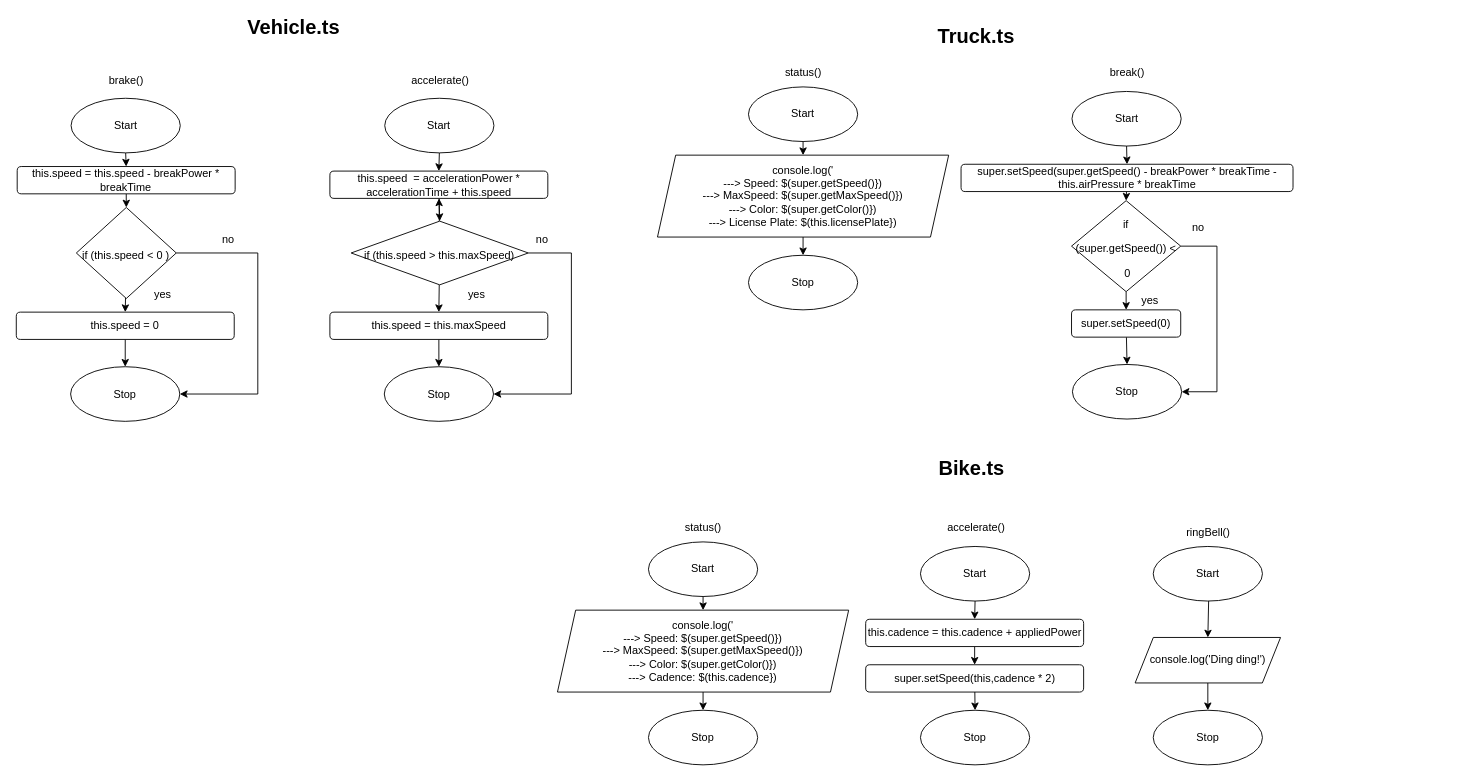
Above: Drawio/Flowchart1.drawio in JacksonNaufal/ics4u-unit3-01-typescript (draw.io), before the change. Source tidied: cells renumbered, new cells numbered last; positions are measured from the earlier drawing's top-left corner, leaving out a move shared by most shapes. Both pictures are drawn from the tidied source at 91%, with x=0, y=0 at pixel (15, 18).
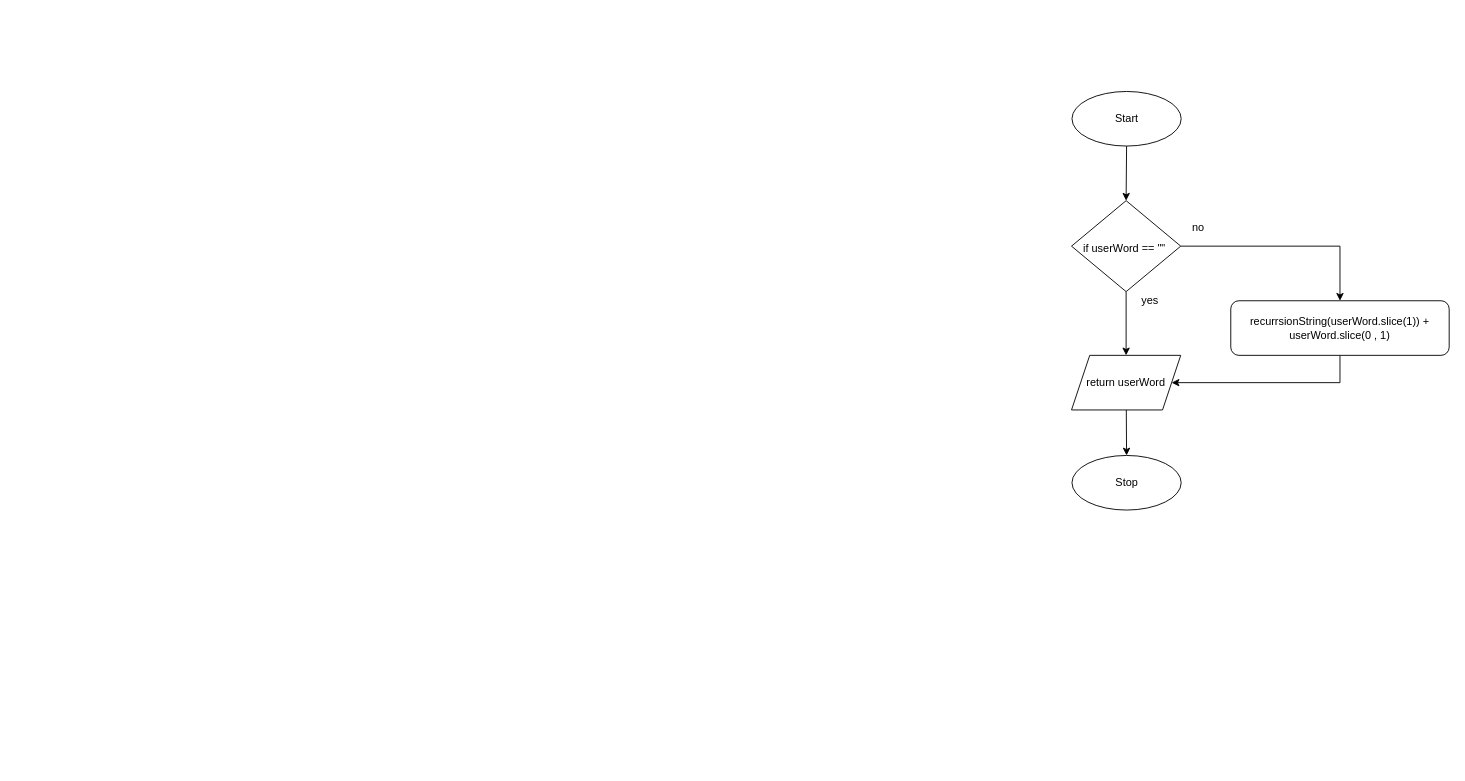
Above is the later version.

Unchanged cells that the change refers to:
```xml
<mxCell id="25" value="Start" style="ellipse;whiteSpace=wrap;html=1;" parent="1" vertex="1">
  <mxGeometry x="1160.5" y="80" width="120" height="60" as="geometry" />
</mxCell>
```

Change to the diagram source:
```diff
@@
-    <mxCell id="2" style="edgeStyle=none;html=1;entryX=0.5;entryY=0;entryDx=0;entryDy=0;" parent="1" edge="1" source="3" target="7">
-      <mxGeometry relative="1" as="geometry" />
-    </mxCell>
-    <mxCell id="3" value="Start" style="ellipse;whiteSpace=wrap;html=1;" parent="1" vertex="1">
-      <mxGeometry x="994" y="580" width="120" height="60" as="geometry" />
-    </mxCell>
-    <mxCell id="4" value="Stop" style="ellipse;whiteSpace=wrap;html=1;" parent="1" vertex="1">
-      <mxGeometry x="994" y="760" width="120" height="60" as="geometry" />
-    </mxCell>
-    <mxCell id="5" value="accelerate()" style="text;html=1;align=center;verticalAlign=middle;strokeColor=none;fillColor=none;" parent="1" vertex="1">
-      <mxGeometry x="1014.5" y="550" width="80" height="20" as="geometry" />
-    </mxCell>
-    <mxCell id="6" style="edgeStyle=none;html=1;entryX=0.5;entryY=0;entryDx=0;entryDy=0;" parent="1" edge="1" source="7" target="10">
-      <mxGeometry relative="1" as="geometry" />
-    </mxCell>
-    <mxCell id="7" value="this.cadence = this.cadence + appliedPower" style="rounded=1;whiteSpace=wrap;html=1;" parent="1" vertex="1">
-      <mxGeometry x="933.8" y="660" width="239.5" height="30" as="geometry" />
-    </mxCell>
-    <mxCell id="8" value="&lt;font style=&quot;font-size: 22px&quot;&gt;&lt;b&gt;Bike.ts&lt;/b&gt;&lt;/font&gt;" style="text;html=1;align=center;verticalAlign=middle;strokeColor=none;fillColor=none;" parent="1" vertex="1">
-      <mxGeometry x="1004.5" y="485" width="90" height="20" as="geometry" />
-    </mxCell>
-    <mxCell id="9" style="edgeStyle=none;html=1;entryX=0.5;entryY=0;entryDx=0;entryDy=0;" parent="1" edge="1" source="10" target="4">
-      <mxGeometry relative="1" as="geometry" />
-    </mxCell>
-    <mxCell id="10" value="super.setSpeed(this,cadence * 2)" style="rounded=1;whiteSpace=wrap;html=1;" parent="1" vertex="1">
-      <mxGeometry x="933.8" y="710" width="239.5" height="30" as="geometry" />
-    </mxCell>
-    <mxCell id="11" style="edgeStyle=none;html=1;entryX=0.5;entryY=0;entryDx=0;entryDy=0;" parent="1" edge="1" source="12" target="16">
-      <mxGeometry relative="1" as="geometry" />
-    </mxCell>
-    <mxCell id="12" value="Start" style="ellipse;whiteSpace=wrap;html=1;" parent="1" vertex="1">
-      <mxGeometry x="1249.8" y="580" width="120" height="60" as="geometry" />
-    </mxCell>
-    <mxCell id="13" value="Stop" style="ellipse;whiteSpace=wrap;html=1;" parent="1" vertex="1">
-      <mxGeometry x="1249.8" y="760" width="120" height="60" as="geometry" />
-    </mxCell>
-    <mxCell id="14" value="ringBell()" style="text;html=1;align=center;verticalAlign=middle;strokeColor=none;fillColor=none;" parent="1" vertex="1">
-      <mxGeometry x="1279.8" y="555" width="60" height="20" as="geometry" />
-    </mxCell>
-    <mxCell id="15" style="edgeStyle=none;html=1;entryX=0.5;entryY=0;entryDx=0;entryDy=0;" parent="1" edge="1" source="16" target="13">
-      <mxGeometry relative="1" as="geometry" />
-    </mxCell>
-    <mxCell id="16" value="console.log('Ding ding!')" style="shape=parallelogram;perimeter=parallelogramPerimeter;whiteSpace=wrap;html=1;fixedSize=1;" parent="1" vertex="1">
-      <mxGeometry x="1229.9" y="680" width="159.8" height="50" as="geometry" />
-    </mxCell>
-    <mxCell id="17" style="edgeStyle=none;html=1;entryX=0.5;entryY=0;entryDx=0;entryDy=0;" parent="1" edge="1" source="18" target="22">
-      <mxGeometry relative="1" as="geometry" />
-    </mxCell>
-    <mxCell id="18" value="Start" style="ellipse;whiteSpace=wrap;html=1;" parent="1" vertex="1">
-      <mxGeometry x="695.1" y="575" width="120" height="60" as="geometry" />
-    </mxCell>
-    <mxCell id="19" value="Stop" style="ellipse;whiteSpace=wrap;html=1;" parent="1" vertex="1">
-      <mxGeometry x="695.1" y="760" width="120" height="60" as="geometry" />
-    </mxCell>
-    <mxCell id="20" value="status()" style="text;html=1;align=center;verticalAlign=middle;strokeColor=none;fillColor=none;" parent="1" vertex="1">
-      <mxGeometry x="725.1" y="550" width="60" height="20" as="geometry" />
-    </mxCell>
-    <mxCell id="21" style="edgeStyle=none;html=1;entryX=0.5;entryY=0;entryDx=0;entryDy=0;" parent="1" edge="1" source="22" target="19">
-      <mxGeometry relative="1" as="geometry" />
-    </mxCell>
-    <mxCell id="22" value="console.log('&lt;br&gt;---&amp;gt; Speed: $(super.getSpeed()})&lt;br&gt;---&amp;gt; MaxSpeed: $(super.getMaxSpeed()})&lt;br&gt;---&amp;gt; Color: $(super.getColor()})&lt;br&gt;---&amp;gt; Cadence: $(this.cadence})" style="shape=parallelogram;perimeter=parallelogramPerimeter;whiteSpace=wrap;html=1;fixedSize=1;" parent="1" vertex="1">
-      <mxGeometry x="595.1" y="650" width="320" height="90" as="geometry" />
-    </mxCell>
-    <mxCell id="23" value="&lt;font style=&quot;font-size: 22px&quot;&gt;&lt;b&gt;Truck.ts&lt;/b&gt;&lt;/font&gt;" style="text;html=1;align=center;verticalAlign=middle;strokeColor=none;fillColor=none;" parent="1" vertex="1">
-      <mxGeometry x="1004.5" y="10" width="100" height="20" as="geometry" />
-    </mxCell>
-    <mxCell id="24" style="edgeStyle=none;html=1;entryX=0.5;entryY=0;entryDx=0;entryDy=0;" parent="1" edge="1" source="25" target="29">
-      <mxGeometry relative="1" as="geometry" />
-    </mxCell>
+    <mxCell id="70" style="edgeStyle=none;html=1;entryX=0.5;entryY=0;entryDx=0;entryDy=0;" parent="1" edge="1" source="25" target="38">
+      <mxGeometry relative="1" as="geometry" />
+    </mxCell>
@@
     <mxCell id="26" value="Stop" style="ellipse;whiteSpace=wrap;html=1;" parent="1" vertex="1">
-      <mxGeometry x="1161" y="380" width="120" height="60" as="geometry" />
+      <mxGeometry x="1160.5" y="480" width="120" height="60" as="geometry" />
     </mxCell>
-    <mxCell id="27" value="break()" style="text;html=1;align=center;verticalAlign=middle;strokeColor=none;fillColor=none;" parent="1" vertex="1">
-      <mxGeometry x="1196" y="50" width="50" height="20" as="geometry" />
-    </mxCell>
-    <mxCell id="28" style="edgeStyle=none;html=1;entryX=0.5;entryY=0;entryDx=0;entryDy=0;fontSize=12;" parent="1" edge="1" source="29" target="38">
-      <mxGeometry relative="1" as="geometry" />
-    </mxCell>
-    <mxCell id="29" value="super.setSpeed(super.getSpeed() - breakPower * breakTime - this.airPressure * breakTime" style="rounded=1;whiteSpace=wrap;html=1;" parent="1" vertex="1">
-      <mxGeometry x="1038.6" y="160" width="364.8" height="30" as="geometry" />
-    </mxCell>
-    <mxCell id="30" style="edgeStyle=none;html=1;entryX=0.5;entryY=0;entryDx=0;entryDy=0;" parent="1" edge="1" source="31" target="35">
-      <mxGeometry relative="1" as="geometry" />
-    </mxCell>
-    <mxCell id="31" value="Start" style="ellipse;whiteSpace=wrap;html=1;" parent="1" vertex="1">
-      <mxGeometry x="805" y="75" width="120" height="60" as="geometry" />
-    </mxCell>
-    <mxCell id="32" value="Stop" style="ellipse;whiteSpace=wrap;html=1;" parent="1" vertex="1">
-      <mxGeometry x="805" y="260" width="120" height="60" as="geometry" />
-    </mxCell>
-    <mxCell id="33" value="status()" style="text;html=1;align=center;verticalAlign=middle;strokeColor=none;fillColor=none;" parent="1" vertex="1">
-      <mxGeometry x="835" y="50" width="60" height="20" as="geometry" />
-    </mxCell>
-    <mxCell id="34" style="edgeStyle=none;html=1;entryX=0.5;entryY=0;entryDx=0;entryDy=0;" parent="1" edge="1" source="35" target="32">
-      <mxGeometry relative="1" as="geometry" />
-    </mxCell>
-    <mxCell id="35" value="console.log('&lt;br&gt;---&amp;gt; Speed: $(super.getSpeed()})&lt;br&gt;---&amp;gt; MaxSpeed: $(super.getMaxSpeed()})&lt;br&gt;---&amp;gt; Color: $(super.getColor()})&lt;br&gt;---&amp;gt; License Plate: $(this.licensePlate})" style="shape=parallelogram;perimeter=parallelogramPerimeter;whiteSpace=wrap;html=1;fixedSize=1;" parent="1" vertex="1">
-      <mxGeometry x="705" y="150" width="320" height="90" as="geometry" />
-    </mxCell>
-    <mxCell id="36" style="edgeStyle=none;html=1;entryX=0.5;entryY=0;entryDx=0;entryDy=0;fontSize=12;" parent="1" edge="1" source="38" target="42">
+    <mxCell id="36" style="edgeStyle=none;html=1;entryX=0.5;entryY=0;entryDx=0;entryDy=0;fontSize=12;" parent="1" edge="1" source="38" target="73">
       <mxGeometry relative="1" as="geometry" />
     </mxCell>
-    <mxCell id="37" style="edgeStyle=none;html=1;entryX=1;entryY=0.5;entryDx=0;entryDy=0;fontSize=12;rounded=0;" parent="1" edge="1" source="38" target="26">
-      <mxGeometry relative="1" as="geometry">
-        <Array as="points">
-          <mxPoint x="1319.8" y="250" />
-          <mxPoint x="1319.8" y="410" />
-        </Array>
-      </mxGeometry>
-    </mxCell>
+    <mxCell id="71" style="edgeStyle=none;html=1;entryX=0.5;entryY=0;entryDx=0;entryDy=0;rounded=0;" parent="1" edge="1" source="38" target="75">
+      <mxGeometry relative="1" as="geometry">
+        <Array as="points">
+          <mxPoint x="1455" y="250" />
+        </Array>
+      </mxGeometry>
+    </mxCell>
-    <mxCell id="38" value="&lt;font style=&quot;font-size: 12px&quot;&gt;if &lt;br&gt;(super.getSpeed()) &amp;lt;&lt;br&gt;&amp;nbsp;0&lt;/font&gt;" style="rhombus;whiteSpace=wrap;html=1;fontSize=22;" parent="1" vertex="1">
+    <mxCell id="38" value="&lt;font style=&quot;font-size: 12px&quot;&gt;if userWord == &quot;&quot;&amp;nbsp;&lt;/font&gt;" style="rhombus;whiteSpace=wrap;html=1;fontSize=22;" parent="1" vertex="1">
       <mxGeometry x="1160" y="200" width="120" height="100" as="geometry" />
     </mxCell>
@@
-    <mxCell id="41" style="edgeStyle=none;html=1;entryX=0.5;entryY=0;entryDx=0;entryDy=0;fontSize=12;" parent="1" edge="1" source="42" target="26">
-      <mxGeometry relative="1" as="geometry" />
-    </mxCell>
-    <mxCell id="42" value="super.setSpeed(0)" style="rounded=1;whiteSpace=wrap;html=1;fontSize=12;" parent="1" vertex="1">
-      <mxGeometry x="1160" y="320" width="120" height="30" as="geometry" />
-    </mxCell>
-    <mxCell id="43" style="edgeStyle=none;html=1;entryX=0.5;entryY=0;entryDx=0;entryDy=0;" parent="1" edge="1" source="44" target="48">
-      <mxGeometry relative="1" as="geometry" />
-    </mxCell>
-    <mxCell id="44" value="Start" style="ellipse;whiteSpace=wrap;html=1;" parent="1" vertex="1">
-      <mxGeometry x="405.3" y="87.5" width="120" height="60" as="geometry" />
-    </mxCell>
-    <mxCell id="45" value="Stop" style="ellipse;whiteSpace=wrap;html=1;" parent="1" vertex="1">
-      <mxGeometry x="404.8" y="382.5" width="120" height="60" as="geometry" />
-    </mxCell>
-    <mxCell id="46" value="accelerate()" style="text;html=1;align=center;verticalAlign=middle;strokeColor=none;fillColor=none;" parent="1" vertex="1">
-      <mxGeometry x="425.8" y="57.5" width="80" height="20" as="geometry" />
-    </mxCell>
-    <mxCell id="47" style="edgeStyle=none;rounded=0;html=1;entryX=0.5;entryY=0;entryDx=0;entryDy=0;fontSize=12;" parent="1" edge="1" source="48" target="53">
-      <mxGeometry relative="1" as="geometry" />
-    </mxCell>
-    <mxCell id="48" value="this.speed&amp;nbsp; = accelerationPower * accelerationTime + this.speed" style="rounded=1;whiteSpace=wrap;html=1;" parent="1" vertex="1">
-      <mxGeometry x="345" y="167.5" width="239.5" height="30" as="geometry" />
-    </mxCell>
-    <mxCell id="49" value="&lt;font style=&quot;font-size: 22px&quot;&gt;&lt;b&gt;Vehicle.ts&lt;/b&gt;&lt;/font&gt;" style="text;html=1;align=center;verticalAlign=middle;strokeColor=none;fillColor=none;" parent="1" vertex="1">
-      <mxGeometry x="245.4" width="120" height="20" as="geometry" />
-    </mxCell>
-    <mxCell id="50" style="edgeStyle=none;rounded=0;html=1;fontSize=12;" parent="1" edge="1" source="53" target="48">
-      <mxGeometry relative="1" as="geometry" />
-    </mxCell>
-    <mxCell id="51" style="edgeStyle=none;rounded=0;html=1;entryX=0.5;entryY=0;entryDx=0;entryDy=0;fontSize=12;" parent="1" edge="1" source="53" target="55">
-      <mxGeometry relative="1" as="geometry" />
-    </mxCell>
-    <mxCell id="52" style="edgeStyle=none;rounded=0;html=1;entryX=1;entryY=0.5;entryDx=0;entryDy=0;fontSize=12;" parent="1" edge="1" source="53" target="45">
-      <mxGeometry relative="1" as="geometry">
-        <Array as="points">
-          <mxPoint x="610.4" y="257.5" />
-          <mxPoint x="610.4" y="412.5" />
-        </Array>
-      </mxGeometry>
-    </mxCell>
-    <mxCell id="53" value="&lt;font style=&quot;font-size: 12px&quot;&gt;if (this.speed &amp;gt; this.maxSpeed)&lt;br&gt;&lt;/font&gt;" style="rhombus;whiteSpace=wrap;html=1;fontSize=22;" parent="1" vertex="1">
-      <mxGeometry x="368.4" y="222.5" width="194.6" height="70" as="geometry" />
-    </mxCell>
-    <mxCell id="54" style="edgeStyle=none;rounded=0;html=1;entryX=0.5;entryY=0;entryDx=0;entryDy=0;fontSize=12;" parent="1" edge="1" source="55" target="45">
-      <mxGeometry relative="1" as="geometry" />
-    </mxCell>
-    <mxCell id="55" value="this.speed = this.maxSpeed" style="rounded=1;whiteSpace=wrap;html=1;" parent="1" vertex="1">
-      <mxGeometry x="345" y="322.5" width="239.5" height="30" as="geometry" />
-    </mxCell>
-    <mxCell id="56" value="yes" style="text;html=1;align=center;verticalAlign=middle;strokeColor=none;fillColor=none;fontSize=12;" parent="1" vertex="1">
-      <mxGeometry x="490.8" y="292.5" width="30" height="20" as="geometry" />
-    </mxCell>
-    <mxCell id="57" value="no" style="text;html=1;align=center;verticalAlign=middle;strokeColor=none;fillColor=none;fontSize=12;" parent="1" vertex="1">
-      <mxGeometry x="563.1" y="232.5" width="30" height="20" as="geometry" />
-    </mxCell>
-    <mxCell id="58" style="edgeStyle=none;html=1;entryX=0.5;entryY=0;entryDx=0;entryDy=0;" parent="1" edge="1" source="59" target="63">
-      <mxGeometry relative="1" as="geometry" />
-    </mxCell>
-    <mxCell id="59" value="Start" style="ellipse;whiteSpace=wrap;html=1;" parent="1" vertex="1">
-      <mxGeometry x="60.6" y="87.5" width="120" height="60" as="geometry" />
-    </mxCell>
-    <mxCell id="60" value="Stop" style="ellipse;whiteSpace=wrap;html=1;" parent="1" vertex="1">
-      <mxGeometry x="60.1" y="382.5" width="120" height="60" as="geometry" />
-    </mxCell>
-    <mxCell id="61" value="brake()" style="text;html=1;align=center;verticalAlign=middle;strokeColor=none;fillColor=none;" parent="1" vertex="1">
-      <mxGeometry x="96.1" y="57.5" width="50" height="20" as="geometry" />
-    </mxCell>
-    <mxCell id="62" style="edgeStyle=none;rounded=0;html=1;entryX=0.5;entryY=0;entryDx=0;entryDy=0;fontSize=12;" parent="1" edge="1" source="63" target="66">
-      <mxGeometry relative="1" as="geometry" />
-    </mxCell>
-    <mxCell id="63" value="this.speed = this.speed - breakPower * breakTime" style="rounded=1;whiteSpace=wrap;html=1;" parent="1" vertex="1">
-      <mxGeometry x="1.4" y="162.5" width="239.5" height="30" as="geometry" />
-    </mxCell>
-    <mxCell id="64" style="edgeStyle=none;rounded=0;html=1;entryX=0.5;entryY=0;entryDx=0;entryDy=0;fontSize=12;" parent="1" edge="1" source="66" target="68">
-      <mxGeometry relative="1" as="geometry" />
-    </mxCell>
-    <mxCell id="65" style="edgeStyle=none;rounded=0;html=1;entryX=1;entryY=0.5;entryDx=0;entryDy=0;fontSize=12;" parent="1" edge="1" source="66" target="60">
-      <mxGeometry relative="1" as="geometry">
-        <Array as="points">
-          <mxPoint x="265.8" y="257.5" />
-          <mxPoint x="265.8" y="412.5" />
-        </Array>
-      </mxGeometry>
-    </mxCell>
-    <mxCell id="66" value="&lt;font style=&quot;font-size: 12px&quot;&gt;if (this.speed &amp;lt; 0 )&lt;br&gt;&lt;/font&gt;" style="rhombus;whiteSpace=wrap;html=1;fontSize=22;" parent="1" vertex="1">
-      <mxGeometry x="66.4" y="207.5" width="109.8" height="100" as="geometry" />
-    </mxCell>
-    <mxCell id="67" style="edgeStyle=none;rounded=0;html=1;entryX=0.5;entryY=0;entryDx=0;entryDy=0;fontSize=12;" parent="1" edge="1" source="68" target="60">
-      <mxGeometry relative="1" as="geometry" />
-    </mxCell>
-    <mxCell id="68" value="this.speed = 0" style="rounded=1;whiteSpace=wrap;html=1;" parent="1" vertex="1">
-      <mxGeometry x="0.4" y="322.5" width="239.5" height="30" as="geometry" />
-    </mxCell>
-    <mxCell id="69" value="yes" style="text;html=1;align=center;verticalAlign=middle;strokeColor=none;fillColor=none;fontSize=12;" parent="1" vertex="1">
-      <mxGeometry x="146.1" y="292.5" width="30" height="20" as="geometry" />
-    </mxCell>
-    <mxCell id="70" value="no" style="text;html=1;align=center;verticalAlign=middle;strokeColor=none;fillColor=none;fontSize=12;" parent="1" vertex="1">
-      <mxGeometry x="218.4" y="232.5" width="30" height="20" as="geometry" />
-    </mxCell>
+    <mxCell id="72" style="edgeStyle=none;html=1;entryX=0.5;entryY=0;entryDx=0;entryDy=0;" parent="1" edge="1" source="73" target="26">
+      <mxGeometry relative="1" as="geometry" />
+    </mxCell>
+    <mxCell id="73" value="return userWord" style="shape=parallelogram;perimeter=parallelogramPerimeter;whiteSpace=wrap;html=1;fixedSize=1;" parent="1" vertex="1">
+      <mxGeometry x="1160" y="370" width="120" height="60" as="geometry" />
+    </mxCell>
+    <mxCell id="74" style="edgeStyle=none;html=1;entryX=1;entryY=0.5;entryDx=0;entryDy=0;rounded=0;" parent="1" edge="1" source="75" target="73">
+      <mxGeometry relative="1" as="geometry">
+        <Array as="points">
+          <mxPoint x="1455" y="400" />
+        </Array>
+      </mxGeometry>
+    </mxCell>
+    <mxCell id="75" value="recurrsionString(userWord.slice(1)) + userWord.slice(0 , 1)" style="rounded=1;whiteSpace=wrap;html=1;" parent="1" vertex="1">
+      <mxGeometry x="1335" y="310" width="240" height="60" as="geometry" />
+    </mxCell>
```
